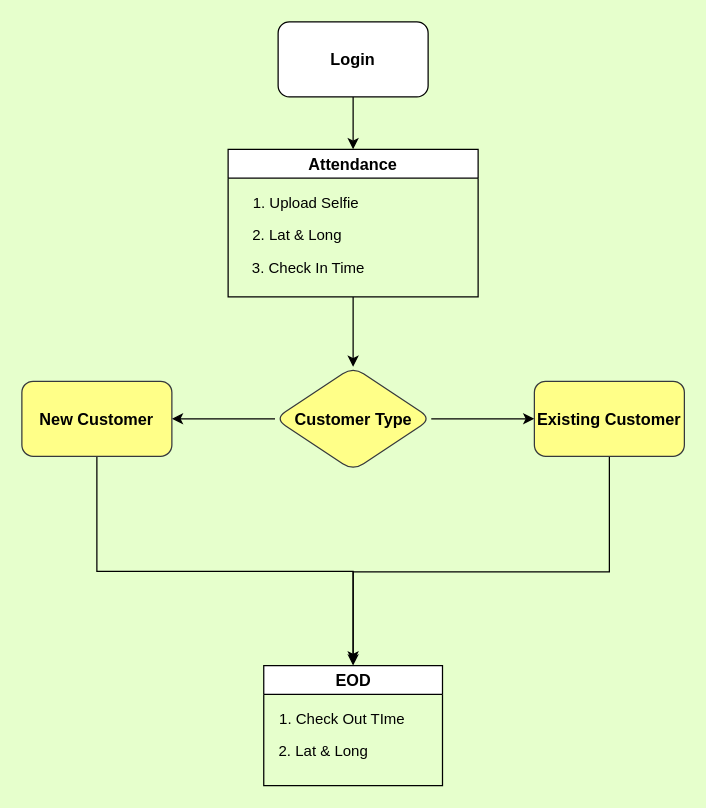
The draw.io diagram page "Home page" (1 of 3) of customer visit workflow.drawio in SBOSE550/Customer-Visit-Data-Collection-Form, before the edit. Source tidied: cells renumbered, new cells numbered last; positions are measured from the earlier drawing's top-left corner, leaving out a move shared by most shapes. Both pictures are drawn from the tidied source at 125%, with x=0, y=0 at pixel (21, 21).
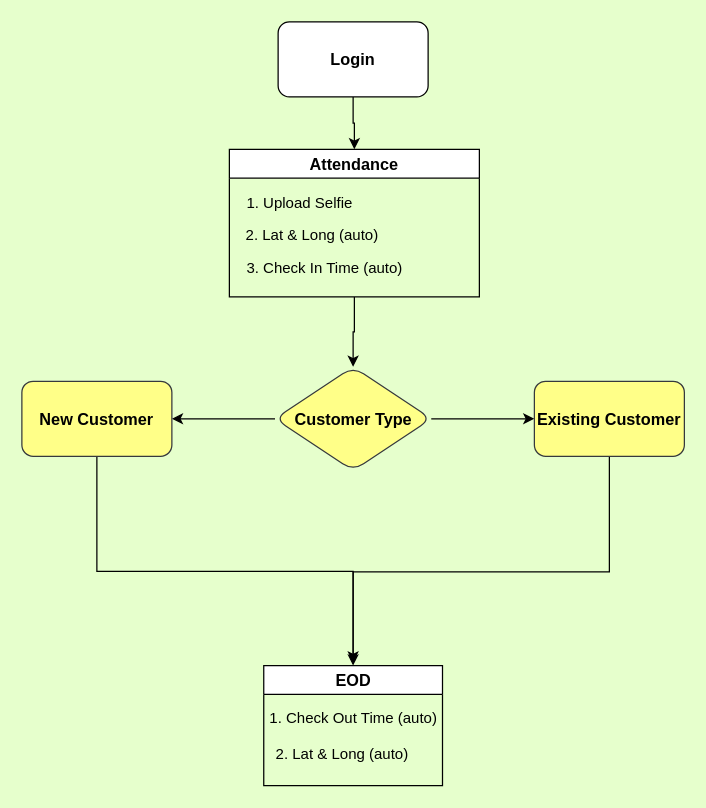
The same diagram, later.

Unchanged cells that the change refers to:
```xml
<mxCell id="16" value="&lt;span style=&quot;font-size: 13px;&quot;&gt;EOD&lt;/span&gt;" style="swimlane;whiteSpace=wrap;html=1;" parent="1" vertex="1">
  <mxGeometry x="193.5" y="515" width="143" height="96" as="geometry" />
</mxCell>
```

The edit, as a diff of the source:
```diff
@@
     <mxCell id="8" value="&lt;span style=&quot;font-size: 13px;&quot;&gt;Attendance&lt;/span&gt;" style="swimlane;whiteSpace=wrap;html=1;" parent="1" vertex="1">
-      <mxGeometry x="165" y="102" width="200" height="118" as="geometry" />
+      <mxGeometry x="166" y="102" width="200" height="118" as="geometry" />
     </mxCell>
     <mxCell id="9" value="1. Upload Selfie" style="text;html=1;align=center;verticalAlign=middle;strokeColor=none;fillColor=none;" parent="8" vertex="1">
-      <mxGeometry x="10" y="30" width="103" height="26" as="geometry" />
+      <mxGeometry x="4" y="30" width="103" height="26" as="geometry" />
     </mxCell>
-    <mxCell id="10" value="2. Lat &amp;amp; Long" style="text;html=1;align=center;verticalAlign=middle;strokeColor=none;fillColor=none;" parent="8" vertex="1">
-      <mxGeometry x="10" y="56" width="89" height="26" as="geometry" />
+    <mxCell id="10" value="2. Lat &amp;amp; Long (auto)" style="text;html=1;align=center;verticalAlign=middle;strokeColor=none;fillColor=none;" parent="8" vertex="1">
+      <mxGeometry x="4" y="56" width="124" height="26" as="geometry" />
     </mxCell>
-    <mxCell id="11" value="3. Check In Time" style="text;html=1;align=center;verticalAlign=middle;strokeColor=none;fillColor=none;" parent="8" vertex="1">
-      <mxGeometry x="10" y="82" width="108" height="26" as="geometry" />
+    <mxCell id="11" value="3. Check In Time (auto)" style="text;html=1;align=center;verticalAlign=middle;strokeColor=none;fillColor=none;" parent="8" vertex="1">
+      <mxGeometry x="4" y="82" width="143" height="26" as="geometry" />
     </mxCell>
@@
-    <mxCell id="17" value="1. Check Out TIme" style="text;html=1;align=center;verticalAlign=middle;strokeColor=none;fillColor=none;" parent="16" vertex="1">
-      <mxGeometry x="3" y="30" width="118" height="26" as="geometry" />
+    <mxCell id="17" value="1. Check Out Time (auto)" style="text;html=1;align=center;verticalAlign=middle;strokeColor=none;fillColor=none;" parent="16" vertex="1">
+      <mxGeometry x="-4.5" y="29" width="152" height="26" as="geometry" />
     </mxCell>
-    <mxCell id="18" value="2. Lat &amp;amp; Long" style="text;html=1;align=center;verticalAlign=middle;strokeColor=none;fillColor=none;" parent="16" vertex="1">
-      <mxGeometry x="3" y="56" width="89" height="26" as="geometry" />
+    <mxCell id="18" value="2. Lat &amp;amp; Long (auto)" style="text;html=1;align=center;verticalAlign=middle;strokeColor=none;fillColor=none;" parent="16" vertex="1">
+      <mxGeometry y="58" width="124" height="26" as="geometry" />
     </mxCell>
```
